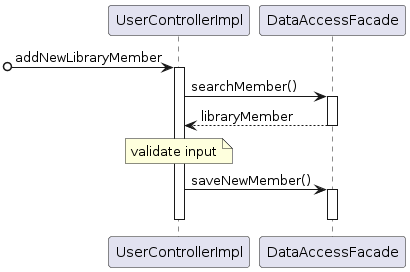
Above: mpp-cs401/src/midterm/diagram/Sequence diagram - Add New Library Member.png in anhvu2889/miu-cs401-mpp (PlantUML), before the change.
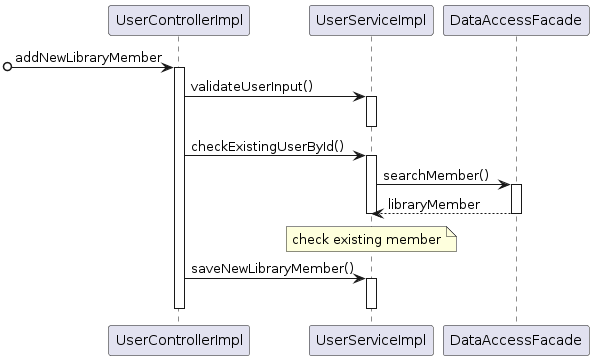
Above is the later version.

Commit message:
Add New Library use case

Change to the diagram source:
```diff
@@ -1,11 +1,15 @@
 @startuml
 [o-> UserControllerImpl++: addNewLibraryMember
-UserControllerImpl -> DataAccessFacade++: searchMember()
+UserControllerImpl -> UserServiceImpl++: validateUserInput()
+deactivate UserServiceImpl
+UserControllerImpl -> UserServiceImpl++: checkExistingUserById()
+UserServiceImpl -> DataAccessFacade++: searchMember()
 return libraryMember
-note over UserControllerImpl
-validate input
+note over UserServiceImpl
+check existing member
 end note
-UserControllerImpl -> DataAccessFacade++: saveNewMember()
-deactivate DataAccessFacade
+deactivate UserServiceImpl
+UserControllerImpl -> UserServiceImpl++: saveNewLibraryMember()
+deactivate UserServiceImpl
 deactivate UserControllerImpl
 @enduml
```
